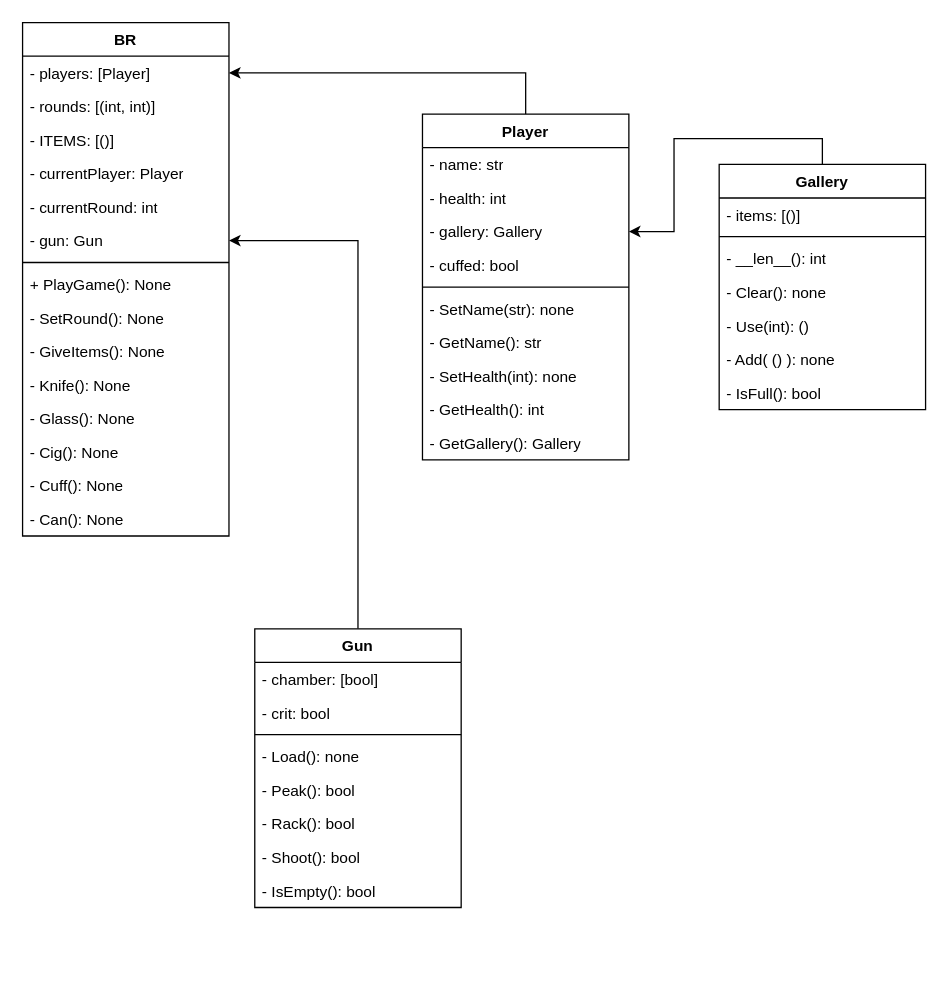
This is BackshotRoulette.drawio from StreetTT/BackshotRoulette, a draw.io file, before an edit. Source tidied: cells renumbered, new cells numbered last; positions are measured from the earlier drawing's top-left corner, leaving out a move shared by most shapes. Both pictures are drawn from the tidied source at 129%, with x=0, y=0 at pixel (22, 22).
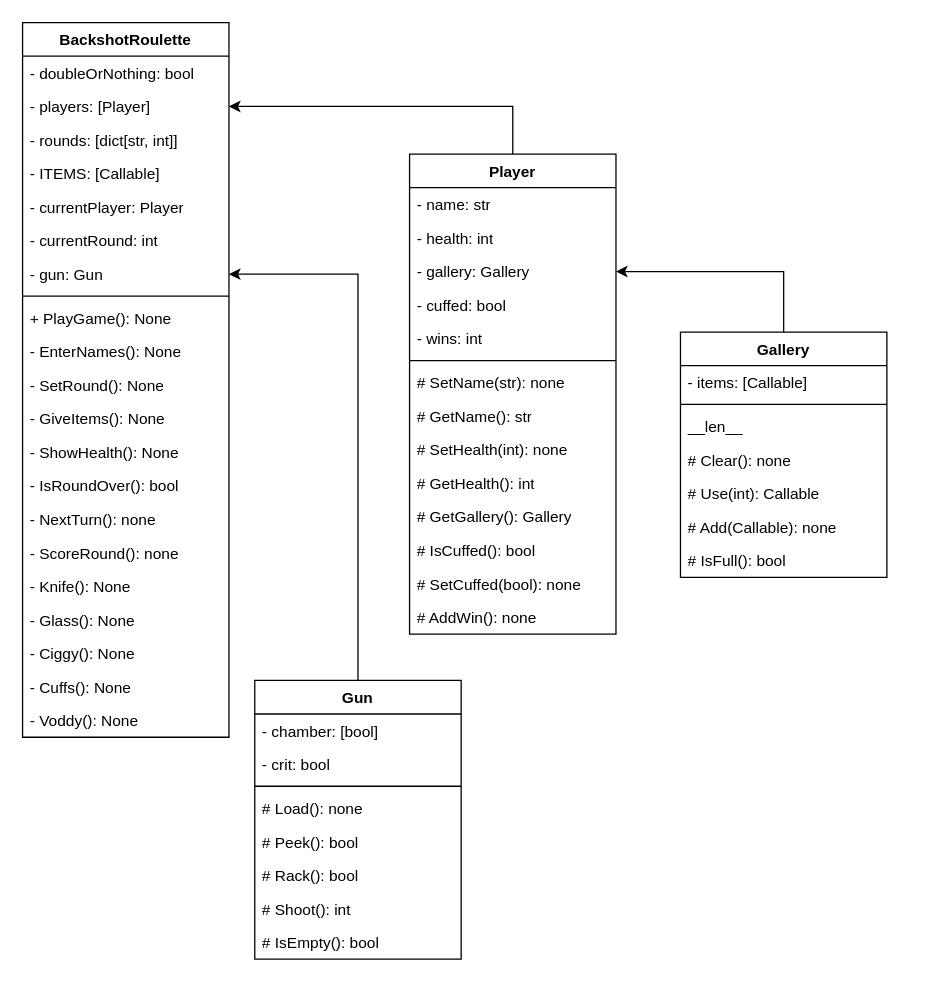
The same diagram, later.

Diff of the diagram source:
```diff
@@
-    <mxCell id="2" value="BR" style="swimlane;fontStyle=1;align=center;verticalAlign=top;horizontal=1;startSize=26;whiteSpace=wrap;html=1;" parent="1" vertex="1">
-      <mxGeometry width="160" height="398" as="geometry" />
+    <mxCell id="2" value="BackshotRoulette" style="swimlane;fontStyle=1;align=center;verticalAlign=top;horizontal=1;startSize=26;whiteSpace=wrap;html=1;" parent="1" vertex="1">
+      <mxGeometry width="160" height="554" as="geometry" />
     </mxCell>
+    <mxCell id="49" value="- doubleOrNothing: bool" style="text;strokeColor=none;fillColor=none;align=left;verticalAlign=top;spacingLeft=4;spacingRight=4;overflow=hidden;whiteSpace=wrap;html=1;" parent="2" vertex="1">
+      <mxGeometry y="26" width="160" height="26" as="geometry" />
+    </mxCell>
     <mxCell id="3" value="- players: [Player]" style="text;strokeColor=none;fillColor=none;align=left;verticalAlign=top;spacingLeft=4;spacingRight=4;overflow=hidden;points=[[0,0.5],[1,0.5]];portConstraint=eastwest;whiteSpace=wrap;html=1;" parent="2" vertex="1">
-      <mxGeometry y="26" width="160" height="26" as="geometry" />
+      <mxGeometry y="52" width="160" height="26" as="geometry" />
     </mxCell>
-    <mxCell id="4" value="- rounds: [(int, int)]" style="text;strokeColor=none;fillColor=none;align=left;verticalAlign=top;spacingLeft=4;spacingRight=4;overflow=hidden;whiteSpace=wrap;html=1;" parent="2" vertex="1">
-      <mxGeometry y="52" width="160" height="26" as="geometry" />
+    <mxCell id="4" value="- rounds: [dict[str, int]]" style="text;strokeColor=none;fillColor=none;align=left;verticalAlign=top;spacingLeft=4;spacingRight=4;overflow=hidden;whiteSpace=wrap;html=1;" parent="2" vertex="1">
+      <mxGeometry y="78" width="160" height="26" as="geometry" />
     </mxCell>
-    <mxCell id="5" value="- ITEMS: [()]" style="text;strokeColor=none;fillColor=none;align=left;verticalAlign=top;spacingLeft=4;spacingRight=4;overflow=hidden;whiteSpace=wrap;html=1;" parent="2" vertex="1">
-      <mxGeometry y="78" width="160" height="26" as="geometry" />
+    <mxCell id="5" value="- ITEMS: [Callable]" style="text;strokeColor=none;fillColor=none;align=left;verticalAlign=top;spacingLeft=4;spacingRight=4;overflow=hidden;whiteSpace=wrap;html=1;" parent="2" vertex="1">
+      <mxGeometry y="104" width="160" height="26" as="geometry" />
     </mxCell>
     <mxCell id="6" value="- currentPlayer: Player" style="text;strokeColor=none;fillColor=none;align=left;verticalAlign=top;spacingLeft=4;spacingRight=4;overflow=hidden;whiteSpace=wrap;html=1;" parent="2" vertex="1">
-      <mxGeometry y="104" width="160" height="26" as="geometry" />
+      <mxGeometry y="130" width="160" height="26" as="geometry" />
     </mxCell>
     <mxCell id="7" value="- currentRound: int" style="text;strokeColor=none;fillColor=none;align=left;verticalAlign=top;spacingLeft=4;spacingRight=4;overflow=hidden;whiteSpace=wrap;html=1;" parent="2" vertex="1">
-      <mxGeometry y="130" width="160" height="26" as="geometry" />
+      <mxGeometry y="156" width="160" height="26" as="geometry" />
     </mxCell>
     <mxCell id="8" value="- gun: Gun" style="text;strokeColor=none;fillColor=none;align=left;verticalAlign=top;spacingLeft=4;spacingRight=4;overflow=hidden;points=[[0,0.5],[1,0.5]];portConstraint=eastwest;whiteSpace=wrap;html=1;" parent="2" vertex="1">
-      <mxGeometry y="156" width="160" height="26" as="geometry" />
+      <mxGeometry y="182" width="160" height="26" as="geometry" />
     </mxCell>
     <mxCell id="9" style="line;strokeWidth=1;fillColor=none;align=left;verticalAlign=middle;spacingTop=-1;spacingLeft=3;spacingRight=3;labelPosition=right;strokeColor=inherit;" parent="2" vertex="1">
-      <mxGeometry y="182" width="160" height="8" as="geometry" />
+      <mxGeometry y="208" width="160" height="8" as="geometry" />
     </mxCell>
     <mxCell id="10" value="+ PlayGame(): None" style="text;strokeColor=none;fillColor=none;align=left;verticalAlign=top;spacingLeft=4;spacingRight=4;overflow=hidden;whiteSpace=wrap;html=1;" parent="2" vertex="1">
-      <mxGeometry y="190" width="160" height="26" as="geometry" />
+      <mxGeometry y="216" width="160" height="26" as="geometry" />
     </mxCell>
+    <mxCell id="50" value="- EnterNames(): None" style="text;strokeColor=none;fillColor=none;align=left;verticalAlign=top;spacingLeft=4;spacingRight=4;overflow=hidden;whiteSpace=wrap;html=1;" parent="2" vertex="1">
+      <mxGeometry y="242" width="160" height="26" as="geometry" />
+    </mxCell>
     <mxCell id="11" value="- SetRound(): None" style="text;strokeColor=none;fillColor=none;align=left;verticalAlign=top;spacingLeft=4;spacingRight=4;overflow=hidden;whiteSpace=wrap;html=1;" parent="2" vertex="1">
-      <mxGeometry y="216" width="160" height="26" as="geometry" />
+      <mxGeometry y="268" width="160" height="26" as="geometry" />
     </mxCell>
     <mxCell id="12" value="- GiveItems(): None" style="text;strokeColor=none;fillColor=none;align=left;verticalAlign=top;spacingLeft=4;spacingRight=4;overflow=hidden;whiteSpace=wrap;html=1;" parent="2" vertex="1">
-      <mxGeometry y="242" width="160" height="26" as="geometry" />
+      <mxGeometry y="294" width="160" height="26" as="geometry" />
     </mxCell>
+    <mxCell id="51" value="- ShowHealth(): None" style="text;strokeColor=none;fillColor=none;align=left;verticalAlign=top;spacingLeft=4;spacingRight=4;overflow=hidden;whiteSpace=wrap;html=1;" parent="2" vertex="1">
+      <mxGeometry y="320" width="160" height="26" as="geometry" />
+    </mxCell>
+    <mxCell id="52" value="- IsRoundOver(): bool" style="text;strokeColor=none;fillColor=none;align=left;verticalAlign=top;spacingLeft=4;spacingRight=4;overflow=hidden;whiteSpace=wrap;html=1;" parent="2" vertex="1">
+      <mxGeometry y="346" width="160" height="26" as="geometry" />
+    </mxCell>
+    <mxCell id="53" value="- NextTurn(): none" style="text;strokeColor=none;fillColor=none;align=left;verticalAlign=top;spacingLeft=4;spacingRight=4;overflow=hidden;whiteSpace=wrap;html=1;" parent="2" vertex="1">
+      <mxGeometry y="372" width="160" height="26" as="geometry" />
+    </mxCell>
+    <mxCell id="54" value="- ScoreRound(): none" style="text;strokeColor=none;fillColor=none;align=left;verticalAlign=top;spacingLeft=4;spacingRight=4;overflow=hidden;whiteSpace=wrap;html=1;" parent="2" vertex="1">
+      <mxGeometry y="398" width="160" height="26" as="geometry" />
+    </mxCell>
     <mxCell id="13" value="- Knife(): None" style="text;strokeColor=none;fillColor=none;align=left;verticalAlign=top;spacingLeft=4;spacingRight=4;overflow=hidden;whiteSpace=wrap;html=1;" parent="2" vertex="1">
-      <mxGeometry y="268" width="160" height="26" as="geometry" />
+      <mxGeometry y="424" width="160" height="26" as="geometry" />
     </mxCell>
     <mxCell id="14" value="- Glass(): None" style="text;strokeColor=none;fillColor=none;align=left;verticalAlign=top;spacingLeft=4;spacingRight=4;overflow=hidden;whiteSpace=wrap;html=1;" parent="2" vertex="1">
-      <mxGeometry y="294" width="160" height="26" as="geometry" />
+      <mxGeometry y="450" width="160" height="26" as="geometry" />
     </mxCell>
-    <mxCell id="15" value="- Cig(): None" style="text;strokeColor=none;fillColor=none;align=left;verticalAlign=top;spacingLeft=4;spacingRight=4;overflow=hidden;whiteSpace=wrap;html=1;" parent="2" vertex="1">
-      <mxGeometry y="320" width="160" height="26" as="geometry" />
+    <mxCell id="15" value="- Ciggy(): None" style="text;strokeColor=none;fillColor=none;align=left;verticalAlign=top;spacingLeft=4;spacingRight=4;overflow=hidden;whiteSpace=wrap;html=1;" parent="2" vertex="1">
+      <mxGeometry y="476" width="160" height="26" as="geometry" />
     </mxCell>
-    <mxCell id="16" value="- Cuff(): None" style="text;strokeColor=none;fillColor=none;align=left;verticalAlign=top;spacingLeft=4;spacingRight=4;overflow=hidden;whiteSpace=wrap;html=1;" parent="2" vertex="1">
-      <mxGeometry y="346" width="160" height="26" as="geometry" />
+    <mxCell id="16" value="- Cuffs(): None" style="text;strokeColor=none;fillColor=none;align=left;verticalAlign=top;spacingLeft=4;spacingRight=4;overflow=hidden;whiteSpace=wrap;html=1;" parent="2" vertex="1">
+      <mxGeometry y="502" width="160" height="26" as="geometry" />
     </mxCell>
-    <mxCell id="17" value="- Can(): None" style="text;strokeColor=none;fillColor=none;align=left;verticalAlign=top;spacingLeft=4;spacingRight=4;overflow=hidden;whiteSpace=wrap;html=1;" parent="2" vertex="1">
-      <mxGeometry y="372" width="160" height="26" as="geometry" />
+    <mxCell id="17" value="- Voddy(): None" style="text;strokeColor=none;fillColor=none;align=left;verticalAlign=top;spacingLeft=4;spacingRight=4;overflow=hidden;whiteSpace=wrap;html=1;" parent="2" vertex="1">
+      <mxGeometry y="528" width="160" height="26" as="geometry" />
     </mxCell>
@@
     <mxCell id="19" value="Player" style="swimlane;fontStyle=1;align=center;verticalAlign=top;horizontal=1;startSize=26;whiteSpace=wrap;html=1;" parent="1" vertex="1">
-      <mxGeometry x="310" y="71" width="160" height="268" as="geometry" />
+      <mxGeometry x="300" y="102" width="160" height="372" as="geometry" />
     </mxCell>
@@
+    <mxCell id="55" value="- wins: int" style="text;strokeColor=none;fillColor=none;align=left;verticalAlign=top;spacingLeft=4;spacingRight=4;overflow=hidden;whiteSpace=wrap;html=1;" parent="19" vertex="1">
+      <mxGeometry y="130" width="160" height="26" as="geometry" />
+    </mxCell>
     <mxCell id="24" style="line;strokeWidth=1;fillColor=none;align=left;verticalAlign=middle;spacingTop=-1;spacingLeft=3;spacingRight=3;labelPosition=right;strokeColor=inherit;" parent="19" vertex="1">
-      <mxGeometry y="130" width="160" height="8" as="geometry" />
+      <mxGeometry y="156" width="160" height="8" as="geometry" />
     </mxCell>
-    <mxCell id="25" value="- SetName(str): none" style="text;strokeColor=none;fillColor=none;align=left;verticalAlign=top;spacingLeft=4;spacingRight=4;overflow=hidden;whiteSpace=wrap;html=1;" parent="19" vertex="1">
-      <mxGeometry y="138" width="160" height="26" as="geometry" />
+    <mxCell id="25" value="# SetName(str): none" style="text;strokeColor=none;fillColor=none;align=left;verticalAlign=top;spacingLeft=4;spacingRight=4;overflow=hidden;whiteSpace=wrap;html=1;" parent="19" vertex="1">
+      <mxGeometry y="164" width="160" height="26" as="geometry" />
     </mxCell>
-    <mxCell id="26" value="- GetName(): str" style="text;strokeColor=none;fillColor=none;align=left;verticalAlign=top;spacingLeft=4;spacingRight=4;overflow=hidden;whiteSpace=wrap;html=1;" parent="19" vertex="1">
-      <mxGeometry y="164" width="160" height="26" as="geometry" />
+    <mxCell id="26" value="# GetName(): str" style="text;strokeColor=none;fillColor=none;align=left;verticalAlign=top;spacingLeft=4;spacingRight=4;overflow=hidden;whiteSpace=wrap;html=1;" parent="19" vertex="1">
+      <mxGeometry y="190" width="160" height="26" as="geometry" />
     </mxCell>
-    <mxCell id="27" value="- SetHealth(int): none" style="text;strokeColor=none;fillColor=none;align=left;verticalAlign=top;spacingLeft=4;spacingRight=4;overflow=hidden;whiteSpace=wrap;html=1;" parent="19" vertex="1">
-      <mxGeometry y="190" width="160" height="26" as="geometry" />
+    <mxCell id="27" value="# SetHealth(int): none" style="text;strokeColor=none;fillColor=none;align=left;verticalAlign=top;spacingLeft=4;spacingRight=4;overflow=hidden;whiteSpace=wrap;html=1;" parent="19" vertex="1">
+      <mxGeometry y="216" width="160" height="26" as="geometry" />
     </mxCell>
-    <mxCell id="28" value="- GetHealth(): int" style="text;strokeColor=none;fillColor=none;align=left;verticalAlign=top;spacingLeft=4;spacingRight=4;overflow=hidden;whiteSpace=wrap;html=1;" parent="19" vertex="1">
-      <mxGeometry y="216" width="160" height="26" as="geometry" />
+    <mxCell id="28" value="# GetHealth(): int" style="text;strokeColor=none;fillColor=none;align=left;verticalAlign=top;spacingLeft=4;spacingRight=4;overflow=hidden;whiteSpace=wrap;html=1;" parent="19" vertex="1">
+      <mxGeometry y="242" width="160" height="26" as="geometry" />
     </mxCell>
-    <mxCell id="29" value="- GetGallery(): Gallery" style="text;strokeColor=none;fillColor=none;align=left;verticalAlign=top;spacingLeft=4;spacingRight=4;overflow=hidden;whiteSpace=wrap;html=1;" parent="19" vertex="1">
-      <mxGeometry y="242" width="160" height="26" as="geometry" />
+    <mxCell id="29" value="# GetGallery(): Gallery" style="text;strokeColor=none;fillColor=none;align=left;verticalAlign=top;spacingLeft=4;spacingRight=4;overflow=hidden;whiteSpace=wrap;html=1;" parent="19" vertex="1">
+      <mxGeometry y="268" width="160" height="26" as="geometry" />
     </mxCell>
+    <mxCell id="56" value="# IsCuffed(): bool" style="text;strokeColor=none;fillColor=none;align=left;verticalAlign=top;spacingLeft=4;spacingRight=4;overflow=hidden;whiteSpace=wrap;html=1;" parent="19" vertex="1">
+      <mxGeometry y="294" width="160" height="26" as="geometry" />
+    </mxCell>
+    <mxCell id="57" value="# SetCuffed(bool): none" style="text;strokeColor=none;fillColor=none;align=left;verticalAlign=top;spacingLeft=4;spacingRight=4;overflow=hidden;whiteSpace=wrap;html=1;" parent="19" vertex="1">
+      <mxGeometry y="320" width="160" height="26" as="geometry" />
+    </mxCell>
+    <mxCell id="58" value="# AddWin(): none" style="text;strokeColor=none;fillColor=none;align=left;verticalAlign=top;spacingLeft=4;spacingRight=4;overflow=hidden;whiteSpace=wrap;html=1;" parent="19" vertex="1">
+      <mxGeometry y="346" width="160" height="26" as="geometry" />
+    </mxCell>
@@
     <mxCell id="31" value="Gun" style="swimlane;fontStyle=1;align=center;verticalAlign=top;horizontal=1;startSize=26;whiteSpace=wrap;html=1;" parent="1" vertex="1">
-      <mxGeometry x="180" y="470" width="160" height="216" as="geometry" />
+      <mxGeometry x="180" y="510" width="160" height="216" as="geometry" />
     </mxCell>
@@
-    <mxCell id="35" value="- Load(): none" style="text;strokeColor=none;fillColor=none;align=left;verticalAlign=top;spacingLeft=4;spacingRight=4;overflow=hidden;whiteSpace=wrap;html=1;" parent="31" vertex="1">
+    <mxCell id="35" value="# Load(): none" style="text;strokeColor=none;fillColor=none;align=left;verticalAlign=top;spacingLeft=4;spacingRight=4;overflow=hidden;whiteSpace=wrap;html=1;" parent="31" vertex="1">
       <mxGeometry y="86" width="160" height="26" as="geometry" />
     </mxCell>
-    <mxCell id="36" value="- Peak(): bool" style="text;strokeColor=none;fillColor=none;align=left;verticalAlign=top;spacingLeft=4;spacingRight=4;overflow=hidden;whiteSpace=wrap;html=1;" parent="31" vertex="1">
+    <mxCell id="36" value="# Peek(): bool" style="text;strokeColor=none;fillColor=none;align=left;verticalAlign=top;spacingLeft=4;spacingRight=4;overflow=hidden;whiteSpace=wrap;html=1;" parent="31" vertex="1">
       <mxGeometry y="112" width="160" height="26" as="geometry" />
     </mxCell>
-    <mxCell id="37" value="- Rack(): bool" style="text;strokeColor=none;fillColor=none;align=left;verticalAlign=top;spacingLeft=4;spacingRight=4;overflow=hidden;whiteSpace=wrap;html=1;" parent="31" vertex="1">
+    <mxCell id="37" value="# Rack(): bool" style="text;strokeColor=none;fillColor=none;align=left;verticalAlign=top;spacingLeft=4;spacingRight=4;overflow=hidden;whiteSpace=wrap;html=1;" parent="31" vertex="1">
       <mxGeometry y="138" width="160" height="26" as="geometry" />
     </mxCell>
-    <mxCell id="38" value="- Shoot(): bool" style="text;strokeColor=none;fillColor=none;align=left;verticalAlign=top;spacingLeft=4;spacingRight=4;overflow=hidden;whiteSpace=wrap;html=1;" parent="31" vertex="1">
+    <mxCell id="38" value="# Shoot(): int" style="text;strokeColor=none;fillColor=none;align=left;verticalAlign=top;spacingLeft=4;spacingRight=4;overflow=hidden;whiteSpace=wrap;html=1;" parent="31" vertex="1">
       <mxGeometry y="164" width="160" height="26" as="geometry" />
     </mxCell>
-    <mxCell id="39" value="- IsEmpty(): bool" style="text;strokeColor=none;fillColor=none;align=left;verticalAlign=top;spacingLeft=4;spacingRight=4;overflow=hidden;whiteSpace=wrap;html=1;" parent="31" vertex="1">
+    <mxCell id="39" value="# IsEmpty(): bool" style="text;strokeColor=none;fillColor=none;align=left;verticalAlign=top;spacingLeft=4;spacingRight=4;overflow=hidden;whiteSpace=wrap;html=1;" parent="31" vertex="1">
       <mxGeometry y="190" width="160" height="26" as="geometry" />
     </mxCell>
@@
     <mxCell id="41" value="Gallery" style="swimlane;fontStyle=1;align=center;verticalAlign=top;horizontal=1;startSize=26;whiteSpace=wrap;html=1;" parent="1" vertex="1">
-      <mxGeometry x="540" y="110" width="160" height="190" as="geometry" />
+      <mxGeometry x="510" y="240" width="160" height="190" as="geometry" />
     </mxCell>
-    <mxCell id="42" value="- items: [()]" style="text;strokeColor=none;fillColor=none;align=left;verticalAlign=top;spacingLeft=4;spacingRight=4;overflow=hidden;whiteSpace=wrap;html=1;" parent="41" vertex="1">
+    <mxCell id="42" value="- items: [Callable]" style="text;strokeColor=none;fillColor=none;align=left;verticalAlign=top;spacingLeft=4;spacingRight=4;overflow=hidden;whiteSpace=wrap;html=1;" parent="41" vertex="1">
       <mxGeometry y="26" width="160" height="26" as="geometry" />
     </mxCell>
@@
-    <mxCell id="44" value="- __len__(): int" style="text;strokeColor=none;fillColor=none;align=left;verticalAlign=top;spacingLeft=4;spacingRight=4;overflow=hidden;whiteSpace=wrap;html=1;" parent="41" vertex="1">
+    <mxCell id="44" value="__len__" style="text;strokeColor=none;fillColor=none;align=left;verticalAlign=top;spacingLeft=4;spacingRight=4;overflow=hidden;whiteSpace=wrap;html=1;" parent="41" vertex="1">
       <mxGeometry y="60" width="160" height="26" as="geometry" />
     </mxCell>
-    <mxCell id="45" value="&lt;div&gt;- Clear(): none&lt;/div&gt;" style="text;strokeColor=none;fillColor=none;align=left;verticalAlign=top;spacingLeft=4;spacingRight=4;overflow=hidden;whiteSpace=wrap;html=1;" parent="41" vertex="1">
+    <mxCell id="45" value="&lt;div&gt;# Clear(): none&lt;/div&gt;" style="text;strokeColor=none;fillColor=none;align=left;verticalAlign=top;spacingLeft=4;spacingRight=4;overflow=hidden;whiteSpace=wrap;html=1;" parent="41" vertex="1">
       <mxGeometry y="86" width="160" height="26" as="geometry" />
     </mxCell>
-    <mxCell id="46" value="&lt;div&gt;- Use(int): ()&lt;/div&gt;" style="text;strokeColor=none;fillColor=none;align=left;verticalAlign=top;spacingLeft=4;spacingRight=4;overflow=hidden;whiteSpace=wrap;html=1;" parent="41" vertex="1">
+    <mxCell id="46" value="&lt;div&gt;# Use(int): Callable&lt;br&gt;&lt;/div&gt;" style="text;strokeColor=none;fillColor=none;align=left;verticalAlign=top;spacingLeft=4;spacingRight=4;overflow=hidden;whiteSpace=wrap;html=1;" parent="41" vertex="1">
       <mxGeometry y="112" width="160" height="26" as="geometry" />
     </mxCell>
-    <mxCell id="47" value="&lt;div&gt;- Add( () ): none&lt;br&gt;&lt;/div&gt;" style="text;strokeColor=none;fillColor=none;align=left;verticalAlign=top;spacingLeft=4;spacingRight=4;overflow=hidden;whiteSpace=wrap;html=1;" parent="41" vertex="1">
+    <mxCell id="47" value="&lt;div&gt;# Add(Callable): none&lt;br&gt;&lt;/div&gt;" style="text;strokeColor=none;fillColor=none;align=left;verticalAlign=top;spacingLeft=4;spacingRight=4;overflow=hidden;whiteSpace=wrap;html=1;" parent="41" vertex="1">
       <mxGeometry y="138" width="160" height="26" as="geometry" />
     </mxCell>
-    <mxCell id="48" value="&lt;div&gt;- IsFull(): bool&lt;br&gt;&lt;/div&gt;" style="text;strokeColor=none;fillColor=none;align=left;verticalAlign=top;spacingLeft=4;spacingRight=4;overflow=hidden;whiteSpace=wrap;html=1;" parent="41" vertex="1">
+    <mxCell id="48" value="&lt;div&gt;# IsFull(): bool&lt;br&gt;&lt;/div&gt;" style="text;strokeColor=none;fillColor=none;align=left;verticalAlign=top;spacingLeft=4;spacingRight=4;overflow=hidden;whiteSpace=wrap;html=1;" parent="41" vertex="1">
       <mxGeometry y="164" width="160" height="26" as="geometry" />
     </mxCell>
```
